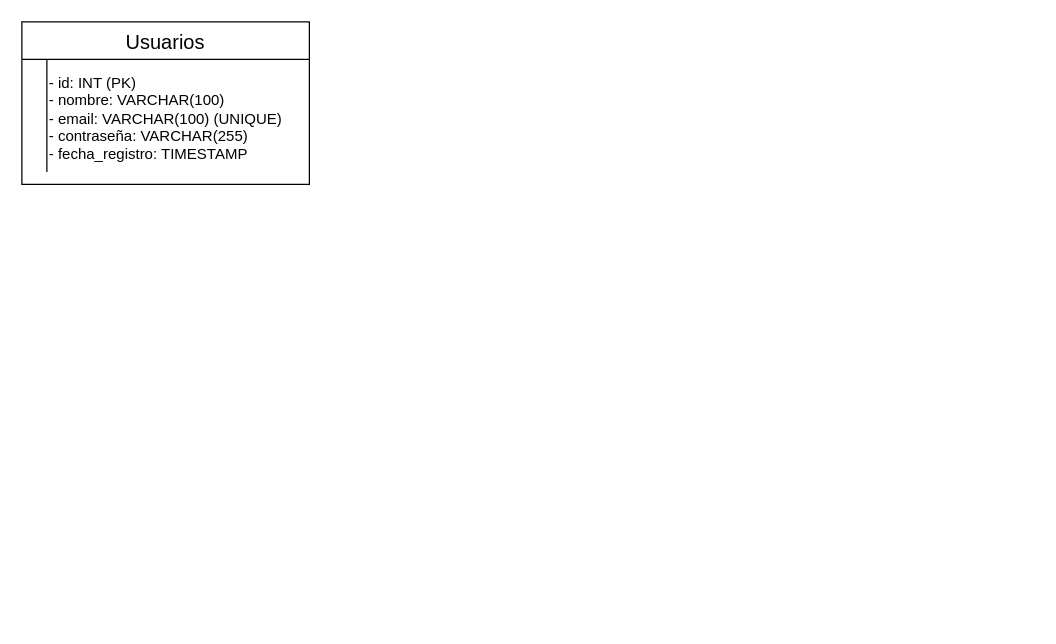
Above: Diagrama sin título.drawio in Toukhay/Mydeptos-2 (draw.io), before the change. Source tidied: cells renumbered, new cells numbered last; positions are measured from the earlier drawing's top-left corner, leaving out a move shared by most shapes. Both pictures are drawn from the tidied source at 125%, with x=0, y=0 at pixel (21, 21).
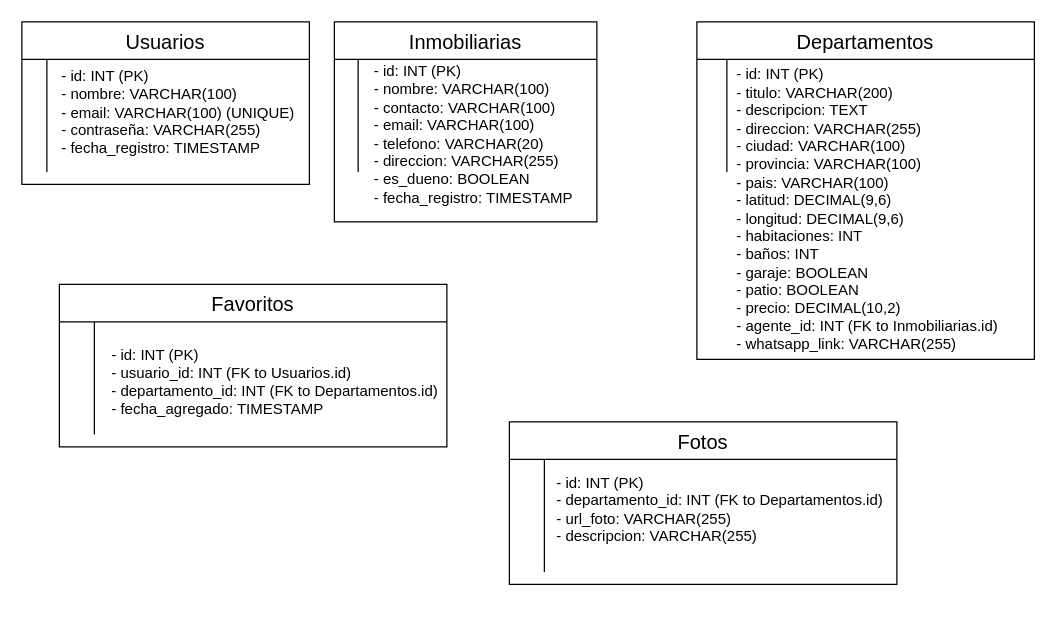
After the change.

Diff of the diagram source:
```diff
@@
+    <mxCell id="13" style="group;" parent="1" vertex="1">
+      <mxGeometry width="230" height="130" as="geometry" />
+    </mxCell>
-    <mxCell id="2" value="Usuarios" style="shape=table;startSize=30;childLayout=tableLayout;rowLines=0;fontStyle=0;strokeColor=default;fontSize=16;" parent="1" vertex="1">
+    <mxCell id="2" value="Usuarios" style="shape=table;startSize=30;childLayout=tableLayout;rowLines=0;fontStyle=0;strokeColor=default;fontSize=16;" parent="13" vertex="1">
       <mxGeometry width="230" height="130" as="geometry" />
     </mxCell>
@@
-    <mxCell id="12" value="&lt;div style=&quot;text-align: justify;&quot;&gt;&lt;br&gt;&lt;/div&gt;&lt;span class=&quot;hljs-deletion&quot;&gt;&lt;div style=&quot;text-align: justify;&quot;&gt;&lt;span style=&quot;background-color: initial;&quot;&gt;- id: INT (PK)&lt;/span&gt;&lt;/div&gt;&lt;/span&gt;&lt;span class=&quot;hljs-deletion&quot;&gt;&lt;div style=&quot;text-align: justify;&quot;&gt;&lt;span style=&quot;background-color: initial;&quot;&gt;- nombre: VARCHAR(100)&lt;/span&gt;&lt;/div&gt;&lt;/span&gt;&lt;span class=&quot;hljs-deletion&quot;&gt;&lt;div style=&quot;text-align: justify;&quot;&gt;&lt;span style=&quot;background-color: initial;&quot;&gt;- email: VARCHAR(100) (UNIQUE)&lt;/span&gt;&lt;/div&gt;&lt;/span&gt;&lt;span class=&quot;hljs-deletion&quot;&gt;&lt;div style=&quot;text-align: justify;&quot;&gt;&lt;span style=&quot;background-color: initial;&quot;&gt;- contraseña: VARCHAR(255)&lt;/span&gt;&lt;/div&gt;&lt;/span&gt;&lt;span class=&quot;hljs-deletion&quot;&gt;&lt;div style=&quot;text-align: justify;&quot;&gt;&lt;span style=&quot;background-color: initial;&quot;&gt;- fecha_registro: TIMESTAMP&lt;/span&gt;&lt;/div&gt;&lt;/span&gt;" style="text;html=1;align=left;verticalAlign=middle;whiteSpace=wrap;rounded=0;" parent="1" vertex="1">
-      <mxGeometry x="20" y="20" width="190" height="100" as="geometry" />
+    <mxCell id="12" value="&lt;div style=&quot;text-align: justify;&quot;&gt;&lt;br&gt;&lt;/div&gt;&lt;span class=&quot;hljs-deletion&quot;&gt;&lt;div style=&quot;text-align: justify;&quot;&gt;&lt;span style=&quot;background-color: initial;&quot;&gt;- id: INT (PK)&lt;/span&gt;&lt;/div&gt;&lt;/span&gt;&lt;span class=&quot;hljs-deletion&quot;&gt;&lt;div style=&quot;text-align: justify;&quot;&gt;&lt;span style=&quot;background-color: initial;&quot;&gt;- nombre: VARCHAR(100)&lt;/span&gt;&lt;/div&gt;&lt;/span&gt;&lt;span class=&quot;hljs-deletion&quot;&gt;&lt;div style=&quot;text-align: justify;&quot;&gt;&lt;span style=&quot;background-color: initial;&quot;&gt;- email: VARCHAR(100) (UNIQUE)&lt;/span&gt;&lt;/div&gt;&lt;/span&gt;&lt;span class=&quot;hljs-deletion&quot;&gt;&lt;div style=&quot;text-align: justify;&quot;&gt;&lt;span style=&quot;background-color: initial;&quot;&gt;- contraseña: VARCHAR(255)&lt;/span&gt;&lt;/div&gt;&lt;/span&gt;&lt;span class=&quot;hljs-deletion&quot;&gt;&lt;div style=&quot;text-align: justify;&quot;&gt;&lt;span style=&quot;background-color: initial;&quot;&gt;- fecha_registro: TIMESTAMP&lt;/span&gt;&lt;/div&gt;&lt;/span&gt;" style="text;html=1;align=left;verticalAlign=middle;whiteSpace=wrap;rounded=0;" parent="13" vertex="1">
+      <mxGeometry x="30" y="15" width="190" height="100" as="geometry" />
     </mxCell>
+    <mxCell id="14" style="group;" parent="1" vertex="1">
+      <mxGeometry x="250" width="210" height="260" as="geometry" />
+    </mxCell>
+    <mxCell id="15" style="group;" parent="14" vertex="1">
+      <mxGeometry width="210" height="160" as="geometry" />
+    </mxCell>
+    <mxCell id="16" value="Inmobiliarias" style="shape=table;startSize=30;childLayout=tableLayout;rowLines=0;fontStyle=0;strokeColor=default;fontSize=16;" parent="15" vertex="1">
+      <mxGeometry width="210" height="160" as="geometry" />
+    </mxCell>
+    <mxCell id="17" style="shape=tableRow;horizontal=0;startSize=0;swimlaneHead=0;swimlaneBody=0;top=0;left=0;bottom=0;right=0;fillColor=none;strokeColor=inherit;fontSize=16;" parent="16" vertex="1">
+      <mxGeometry y="30" width="210" height="30" as="geometry" />
+    </mxCell>
+    <mxCell id="18" style="shape=partialRectangle;html=1;whiteSpace=wrap;fillColor=none;top=0;left=0;bottom=0;right=0;overflow=hidden;strokeColor=inherit;fontSize=16;" parent="17" vertex="1">
+      <mxGeometry width="19" height="30" as="geometry" />
+    </mxCell>
+    <mxCell id="19" style="shape=partialRectangle;html=1;whiteSpace=wrap;fillColor=none;top=0;left=0;bottom=0;right=0;align=left;spacingLeft=6;overflow=hidden;strokeColor=inherit;fontSize=16;" parent="17" vertex="1">
+      <mxGeometry x="19" width="191" height="30" as="geometry" />
+    </mxCell>
+    <mxCell id="20" style="shape=tableRow;horizontal=0;startSize=0;swimlaneHead=0;swimlaneBody=0;top=0;left=0;bottom=0;right=0;fillColor=none;strokeColor=inherit;fontSize=16;" parent="16" vertex="1">
+      <mxGeometry y="60" width="210" height="30" as="geometry" />
+    </mxCell>
+    <mxCell id="21" style="shape=partialRectangle;html=1;whiteSpace=wrap;fillColor=none;top=0;left=0;bottom=0;right=0;overflow=hidden;strokeColor=inherit;fontSize=16;" parent="20" vertex="1">
+      <mxGeometry width="19" height="30" as="geometry" />
+    </mxCell>
+    <mxCell id="22" style="shape=partialRectangle;html=1;whiteSpace=wrap;fillColor=none;top=0;left=0;bottom=0;right=0;align=left;spacingLeft=6;overflow=hidden;strokeColor=inherit;fontSize=16;" parent="20" vertex="1">
+      <mxGeometry x="19" width="191" height="30" as="geometry" />
+    </mxCell>
+    <mxCell id="23" style="shape=tableRow;horizontal=0;startSize=0;swimlaneHead=0;swimlaneBody=0;top=0;left=0;bottom=0;right=0;fillColor=none;strokeColor=inherit;fontSize=16;" parent="16" vertex="1">
+      <mxGeometry y="90" width="210" height="30" as="geometry" />
+    </mxCell>
+    <mxCell id="24" style="shape=partialRectangle;html=1;whiteSpace=wrap;fillColor=none;top=0;left=0;bottom=0;right=0;overflow=hidden;strokeColor=inherit;fontSize=16;" parent="23" vertex="1">
+      <mxGeometry width="19" height="30" as="geometry" />
+    </mxCell>
+    <mxCell id="25" style="shape=partialRectangle;html=1;whiteSpace=wrap;fillColor=none;top=0;left=0;bottom=0;right=0;align=left;spacingLeft=6;overflow=hidden;strokeColor=inherit;fontSize=16;" parent="23" vertex="1">
+      <mxGeometry x="19" width="191" height="30" as="geometry" />
+    </mxCell>
+    <mxCell id="26" value="&lt;div style=&quot;text-align: justify;&quot;&gt;&lt;span class=&quot;hljs-deletion&quot;&gt;- id: INT (PK)&lt;/span&gt;&lt;br/&gt;&lt;span class=&quot;hljs-deletion&quot;&gt;- nombre: VARCHAR(100)&lt;/span&gt;&lt;br/&gt;&lt;span class=&quot;hljs-deletion&quot;&gt;- contacto: VARCHAR(100)&lt;/span&gt;&lt;br/&gt;&lt;span class=&quot;hljs-deletion&quot;&gt;- email: VARCHAR(100)&lt;/span&gt;&lt;br/&gt;&lt;span class=&quot;hljs-deletion&quot;&gt;- telefono: VARCHAR(20)&lt;/span&gt;&lt;br/&gt;&lt;span class=&quot;hljs-deletion&quot;&gt;- direccion: VARCHAR(255)&lt;/span&gt;&lt;br/&gt;&lt;span class=&quot;hljs-deletion&quot;&gt;- es_dueno: BOOLEAN&lt;/span&gt;&lt;br/&gt;&lt;span class=&quot;hljs-deletion&quot;&gt;- fecha_registro: TIMESTAMP&lt;/span&gt;&lt;br&gt;&lt;/div&gt;" style="text;html=1;align=left;verticalAlign=middle;whiteSpace=wrap;rounded=0;" parent="15" vertex="1">
+      <mxGeometry x="30" y="30" width="173.5" height="120" as="geometry" />
+    </mxCell>
+    <mxCell id="27" style="group;" parent="1" vertex="1">
+      <mxGeometry x="540" width="270" height="370" as="geometry" />
+    </mxCell>
+    <mxCell id="28" style="group;" parent="27" vertex="1">
+      <mxGeometry width="270" height="280" as="geometry" />
+    </mxCell>
+    <mxCell id="29" value="Departamentos" style="shape=table;startSize=30;childLayout=tableLayout;rowLines=0;fontStyle=0;strokeColor=default;fontSize=16;" parent="28" vertex="1">
+      <mxGeometry width="270" height="270" as="geometry" />
+    </mxCell>
+    <mxCell id="30" style="shape=tableRow;horizontal=0;startSize=0;swimlaneHead=0;swimlaneBody=0;top=0;left=0;bottom=0;right=0;fillColor=none;strokeColor=inherit;fontSize=16;" parent="29" vertex="1">
+      <mxGeometry y="30" width="270" height="30" as="geometry" />
+    </mxCell>
+    <mxCell id="31" style="shape=partialRectangle;html=1;whiteSpace=wrap;fillColor=none;top=0;left=0;bottom=0;right=0;overflow=hidden;strokeColor=inherit;fontSize=16;" parent="30" vertex="1">
+      <mxGeometry width="24" height="30" as="geometry" />
+    </mxCell>
+    <mxCell id="32" style="shape=partialRectangle;html=1;whiteSpace=wrap;fillColor=none;top=0;left=0;bottom=0;right=0;align=left;spacingLeft=6;overflow=hidden;strokeColor=inherit;fontSize=16;" parent="30" vertex="1">
+      <mxGeometry x="24" width="246" height="30" as="geometry" />
+    </mxCell>
+    <mxCell id="33" style="shape=tableRow;horizontal=0;startSize=0;swimlaneHead=0;swimlaneBody=0;top=0;left=0;bottom=0;right=0;fillColor=none;strokeColor=inherit;fontSize=16;" parent="29" vertex="1">
+      <mxGeometry y="60" width="270" height="30" as="geometry" />
+    </mxCell>
+    <mxCell id="34" style="shape=partialRectangle;html=1;whiteSpace=wrap;fillColor=none;top=0;left=0;bottom=0;right=0;overflow=hidden;strokeColor=inherit;fontSize=16;" parent="33" vertex="1">
+      <mxGeometry width="24" height="30" as="geometry" />
+    </mxCell>
+    <mxCell id="35" style="shape=partialRectangle;html=1;whiteSpace=wrap;fillColor=none;top=0;left=0;bottom=0;right=0;align=left;spacingLeft=6;overflow=hidden;strokeColor=inherit;fontSize=16;" parent="33" vertex="1">
+      <mxGeometry x="24" width="246" height="30" as="geometry" />
+    </mxCell>
+    <mxCell id="36" style="shape=tableRow;horizontal=0;startSize=0;swimlaneHead=0;swimlaneBody=0;top=0;left=0;bottom=0;right=0;fillColor=none;strokeColor=inherit;fontSize=16;" parent="29" vertex="1">
+      <mxGeometry y="90" width="270" height="30" as="geometry" />
+    </mxCell>
+    <mxCell id="37" style="shape=partialRectangle;html=1;whiteSpace=wrap;fillColor=none;top=0;left=0;bottom=0;right=0;overflow=hidden;strokeColor=inherit;fontSize=16;" parent="36" vertex="1">
+      <mxGeometry width="24" height="30" as="geometry" />
+    </mxCell>
+    <mxCell id="38" style="shape=partialRectangle;html=1;whiteSpace=wrap;fillColor=none;top=0;left=0;bottom=0;right=0;align=left;spacingLeft=6;overflow=hidden;strokeColor=inherit;fontSize=16;" parent="36" vertex="1">
+      <mxGeometry x="24" width="246" height="30" as="geometry" />
+    </mxCell>
+    <mxCell id="39" value="&lt;div style=&quot;text-align: justify;&quot;&gt;&lt;span class=&quot;hljs-deletion&quot;&gt;- id: INT (PK)&lt;/span&gt;&lt;br/&gt;&lt;span class=&quot;hljs-deletion&quot;&gt;- titulo: VARCHAR(200)&lt;/span&gt;&lt;br/&gt;&lt;span class=&quot;hljs-deletion&quot;&gt;- descripcion: TEXT&lt;/span&gt;&lt;br/&gt;&lt;span class=&quot;hljs-deletion&quot;&gt;- direccion: VARCHAR(255)&lt;/span&gt;&lt;br/&gt;&lt;span class=&quot;hljs-deletion&quot;&gt;- ciudad: VARCHAR(100)&lt;/span&gt;&lt;br/&gt;&lt;span class=&quot;hljs-deletion&quot;&gt;- provincia: VARCHAR(100)&lt;/span&gt;&lt;br/&gt;&lt;span class=&quot;hljs-deletion&quot;&gt;- pais: VARCHAR(100)&lt;/span&gt;&lt;br/&gt;&lt;span class=&quot;hljs-deletion&quot;&gt;- latitud: DECIMAL(9,6)&lt;/span&gt;&lt;br/&gt;&lt;span class=&quot;hljs-deletion&quot;&gt;- longitud: DECIMAL(9,6)&lt;/span&gt;&lt;br/&gt;&lt;span class=&quot;hljs-deletion&quot;&gt;- habitaciones: INT&lt;/span&gt;&lt;br/&gt;&lt;span class=&quot;hljs-deletion&quot;&gt;- baños: INT&lt;/span&gt;&lt;br/&gt;&lt;span class=&quot;hljs-deletion&quot;&gt;- garaje: BOOLEAN&lt;/span&gt;&lt;br/&gt;&lt;span class=&quot;hljs-deletion&quot;&gt;- patio: BOOLEAN&lt;/span&gt;&lt;br/&gt;&lt;span class=&quot;hljs-deletion&quot;&gt;- precio: DECIMAL(10,2)&lt;/span&gt;&lt;br/&gt;&lt;span class=&quot;hljs-deletion&quot;&gt;- agente_id: INT (FK to Inmobiliarias.id)&lt;/span&gt;&lt;br/&gt;&lt;span class=&quot;hljs-deletion&quot;&gt;- whatsapp_link: VARCHAR(255)&lt;/span&gt;&lt;br&gt;&lt;/div&gt;" style="text;html=1;align=left;verticalAlign=middle;whiteSpace=wrap;rounded=0;" parent="28" vertex="1">
+      <mxGeometry x="30" y="20" width="240" height="260" as="geometry" />
+    </mxCell>
+    <mxCell id="40" style="group;" parent="1" vertex="1">
+      <mxGeometry x="30" y="210" width="370" height="180" as="geometry" />
+    </mxCell>
+    <mxCell id="41" value="Favoritos" style="shape=table;startSize=30;childLayout=tableLayout;rowLines=0;fontStyle=0;strokeColor=default;fontSize=16;" parent="40" vertex="1">
+      <mxGeometry width="310" height="130" as="geometry" />
+    </mxCell>
+    <mxCell id="42" style="shape=tableRow;horizontal=0;startSize=0;swimlaneHead=0;swimlaneBody=0;top=0;left=0;bottom=0;right=0;fillColor=none;strokeColor=inherit;fontSize=16;" parent="41" vertex="1">
+      <mxGeometry y="30" width="310" height="30" as="geometry" />
+    </mxCell>
+    <mxCell id="43" style="shape=partialRectangle;html=1;whiteSpace=wrap;fillColor=none;top=0;left=0;bottom=0;right=0;overflow=hidden;strokeColor=inherit;fontSize=16;" parent="42" vertex="1">
+      <mxGeometry width="28" height="30" as="geometry" />
+    </mxCell>
+    <mxCell id="44" style="shape=partialRectangle;html=1;whiteSpace=wrap;fillColor=none;top=0;left=0;bottom=0;right=0;align=left;spacingLeft=6;overflow=hidden;strokeColor=inherit;fontSize=16;" parent="42" vertex="1">
+      <mxGeometry x="28" width="282" height="30" as="geometry" />
+    </mxCell>
+    <mxCell id="45" style="shape=tableRow;horizontal=0;startSize=0;swimlaneHead=0;swimlaneBody=0;top=0;left=0;bottom=0;right=0;fillColor=none;strokeColor=inherit;fontSize=16;" parent="41" vertex="1">
+      <mxGeometry y="60" width="310" height="30" as="geometry" />
+    </mxCell>
+    <mxCell id="46" style="shape=partialRectangle;html=1;whiteSpace=wrap;fillColor=none;top=0;left=0;bottom=0;right=0;overflow=hidden;strokeColor=inherit;fontSize=16;" parent="45" vertex="1">
+      <mxGeometry width="28" height="30" as="geometry" />
+    </mxCell>
+    <mxCell id="47" style="shape=partialRectangle;html=1;whiteSpace=wrap;fillColor=none;top=0;left=0;bottom=0;right=0;align=left;spacingLeft=6;overflow=hidden;strokeColor=inherit;fontSize=16;" parent="45" vertex="1">
+      <mxGeometry x="28" width="282" height="30" as="geometry" />
+    </mxCell>
+    <mxCell id="48" style="shape=tableRow;horizontal=0;startSize=0;swimlaneHead=0;swimlaneBody=0;top=0;left=0;bottom=0;right=0;fillColor=none;strokeColor=inherit;fontSize=16;" parent="41" vertex="1">
+      <mxGeometry y="90" width="310" height="30" as="geometry" />
+    </mxCell>
+    <mxCell id="49" style="shape=partialRectangle;html=1;whiteSpace=wrap;fillColor=none;top=0;left=0;bottom=0;right=0;overflow=hidden;strokeColor=inherit;fontSize=16;" parent="48" vertex="1">
+      <mxGeometry width="28" height="30" as="geometry" />
+    </mxCell>
+    <mxCell id="50" style="shape=partialRectangle;html=1;whiteSpace=wrap;fillColor=none;top=0;left=0;bottom=0;right=0;align=left;spacingLeft=6;overflow=hidden;strokeColor=inherit;fontSize=16;" parent="48" vertex="1">
+      <mxGeometry x="28" width="282" height="30" as="geometry" />
+    </mxCell>
+    <mxCell id="51" value="&lt;div style=&quot;text-align: justify;&quot;&gt;&lt;span class=&quot;hljs-deletion&quot;&gt;- id: INT (PK)&lt;/span&gt;&lt;br/&gt;&lt;span class=&quot;hljs-deletion&quot;&gt;- usuario_id: INT (FK to Usuarios.id)&lt;/span&gt;&lt;br/&gt;&lt;span class=&quot;hljs-deletion&quot;&gt;- departamento_id: INT (FK to Departamentos.id)&lt;/span&gt;&lt;br/&gt;&lt;span class=&quot;hljs-deletion&quot;&gt;- fecha_agregado: TIMESTAMP&lt;/span&gt;&lt;br&gt;&lt;/div&gt;" style="text;html=1;align=left;verticalAlign=middle;whiteSpace=wrap;rounded=0;" parent="40" vertex="1">
+      <mxGeometry x="40" y="10" width="270" height="135" as="geometry" />
+    </mxCell>
+    <mxCell id="52" style="group;" parent="1" vertex="1">
+      <mxGeometry x="390" y="320" width="360" height="160" as="geometry" />
+    </mxCell>
+    <mxCell id="53" value="Fotos" style="shape=table;startSize=30;childLayout=tableLayout;rowLines=0;fontStyle=0;strokeColor=default;fontSize=16;" parent="52" vertex="1">
+      <mxGeometry width="310" height="130" as="geometry" />
+    </mxCell>
+    <mxCell id="54" style="shape=tableRow;horizontal=0;startSize=0;swimlaneHead=0;swimlaneBody=0;top=0;left=0;bottom=0;right=0;fillColor=none;strokeColor=inherit;fontSize=16;" parent="53" vertex="1">
+      <mxGeometry y="30" width="310" height="30" as="geometry" />
+    </mxCell>
+    <mxCell id="55" style="shape=partialRectangle;html=1;whiteSpace=wrap;fillColor=none;top=0;left=0;bottom=0;right=0;overflow=hidden;strokeColor=inherit;fontSize=16;" parent="54" vertex="1">
+      <mxGeometry width="28" height="30" as="geometry" />
+    </mxCell>
+    <mxCell id="56" style="shape=partialRectangle;html=1;whiteSpace=wrap;fillColor=none;top=0;left=0;bottom=0;right=0;align=left;spacingLeft=6;overflow=hidden;strokeColor=inherit;fontSize=16;" parent="54" vertex="1">
+      <mxGeometry x="28" width="282" height="30" as="geometry" />
+    </mxCell>
+    <mxCell id="57" style="shape=tableRow;horizontal=0;startSize=0;swimlaneHead=0;swimlaneBody=0;top=0;left=0;bottom=0;right=0;fillColor=none;strokeColor=inherit;fontSize=16;" parent="53" vertex="1">
+      <mxGeometry y="60" width="310" height="30" as="geometry" />
+    </mxCell>
+    <mxCell id="58" style="shape=partialRectangle;html=1;whiteSpace=wrap;fillColor=none;top=0;left=0;bottom=0;right=0;overflow=hidden;strokeColor=inherit;fontSize=16;" parent="57" vertex="1">
+      <mxGeometry width="28" height="30" as="geometry" />
+    </mxCell>
+    <mxCell id="59" style="shape=partialRectangle;html=1;whiteSpace=wrap;fillColor=none;top=0;left=0;bottom=0;right=0;align=left;spacingLeft=6;overflow=hidden;strokeColor=inherit;fontSize=16;" parent="57" vertex="1">
+      <mxGeometry x="28" width="282" height="30" as="geometry" />
+    </mxCell>
+    <mxCell id="60" style="shape=tableRow;horizontal=0;startSize=0;swimlaneHead=0;swimlaneBody=0;top=0;left=0;bottom=0;right=0;fillColor=none;strokeColor=inherit;fontSize=16;" parent="53" vertex="1">
+      <mxGeometry y="90" width="310" height="30" as="geometry" />
+    </mxCell>
+    <mxCell id="61" style="shape=partialRectangle;html=1;whiteSpace=wrap;fillColor=none;top=0;left=0;bottom=0;right=0;overflow=hidden;strokeColor=inherit;fontSize=16;" parent="60" vertex="1">
+      <mxGeometry width="28" height="30" as="geometry" />
+    </mxCell>
+    <mxCell id="62" style="shape=partialRectangle;html=1;whiteSpace=wrap;fillColor=none;top=0;left=0;bottom=0;right=0;align=left;spacingLeft=6;overflow=hidden;strokeColor=inherit;fontSize=16;" parent="60" vertex="1">
+      <mxGeometry x="28" width="282" height="30" as="geometry" />
+    </mxCell>
+    <mxCell id="63" value="&lt;div style=&quot;text-align: justify;&quot;&gt;&lt;span class=&quot;hljs-deletion&quot;&gt;- id: INT (PK)&lt;/span&gt;&lt;br/&gt;&lt;span class=&quot;hljs-deletion&quot;&gt;- departamento_id: INT (FK to Departamentos.id)&lt;/span&gt;&lt;br/&gt;&lt;span class=&quot;hljs-deletion&quot;&gt;- url_foto: VARCHAR(255)&lt;/span&gt;&lt;br/&gt;&lt;span class=&quot;hljs-deletion&quot;&gt;- descripcion: VARCHAR(255)&lt;/span&gt;&lt;br&gt;&lt;/div&gt;" style="text;html=1;align=left;verticalAlign=middle;whiteSpace=wrap;rounded=0;" parent="52" vertex="1">
+      <mxGeometry x="35.7" y="10" width="268.6" height="120" as="geometry" />
+    </mxCell>
```
